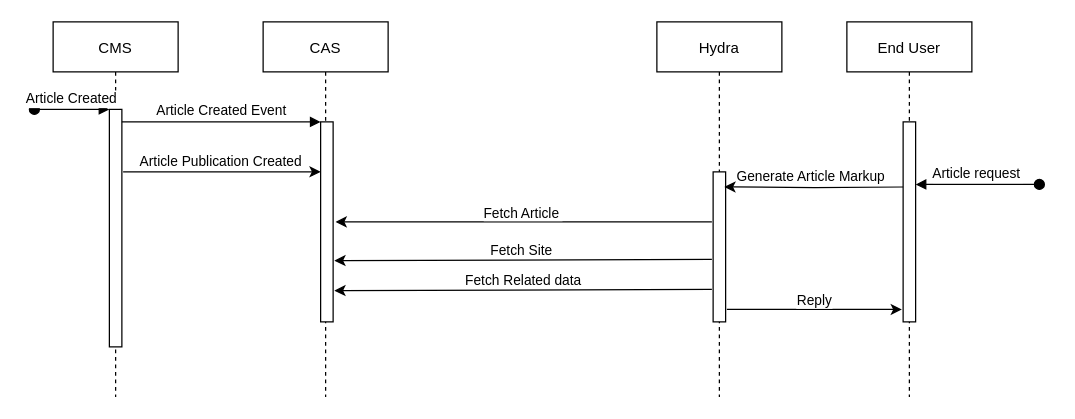
The draw.io diagram draw-io/Article Publication and view.drawio in drdkjtop/arkitektur, before the edit. Source tidied: cells renumbered, new cells numbered last; positions are measured from the earlier drawing's top-left corner, leaving out a move shared by most shapes. Both pictures are drawn from the tidied source at 125%, with x=0, y=0 at pixel (34, 21).
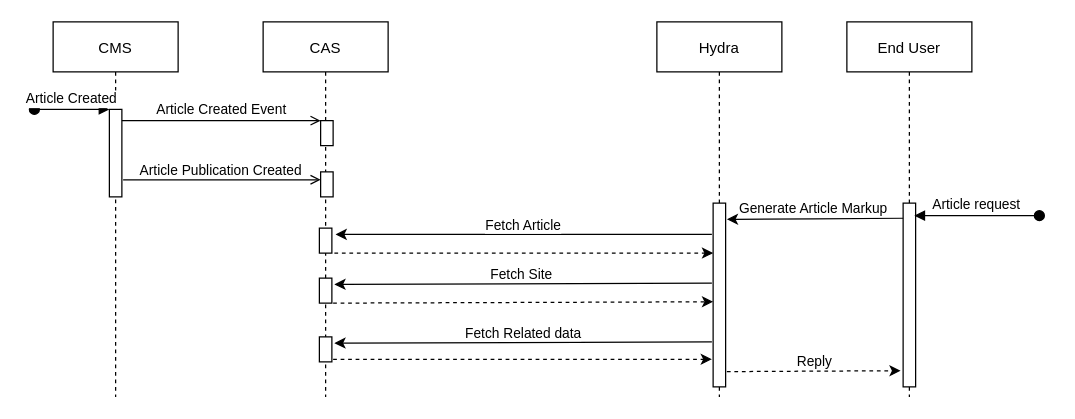
The same page after the edit.

The change refers to these unchanged cells:
```xml
<mxCell id="2" value="CMS" style="shape=umlLifeline;perimeter=lifelinePerimeter;rounded=0;shadow=0;strokeWidth=1;" parent="1" vertex="1">
  <mxGeometry x="15" width="100" height="300" as="geometry" />
</mxCell>
<mxCell id="5" value="CAS" style="shape=umlLifeline;perimeter=lifelinePerimeter;rounded=0;shadow=0;strokeWidth=1;" parent="1" vertex="1">
  <mxGeometry x="183" width="100" height="300" as="geometry" />
</mxCell>
<mxCell id="8" value="Hydra" style="shape=umlLifeline;perimeter=lifelinePerimeter;rounded=0;shadow=0;strokeWidth=1;" parent="1" vertex="1">
  <mxGeometry x="498" width="100" height="300" as="geometry" />
</mxCell>
<mxCell id="10" value="End User" style="shape=umlLifeline;perimeter=lifelinePerimeter;rounded=0;shadow=0;strokeWidth=1;" parent="1" vertex="1">
  <mxGeometry x="650" width="100" height="300" as="geometry" />
</mxCell>
```

Change to the diagram source:
```diff
@@
     <mxCell id="3" style="points=[];perimeter=orthogonalPerimeter;rounded=0;shadow=0;strokeWidth=1;" parent="2" vertex="1">
-      <mxGeometry x="45" y="70" width="10" height="190" as="geometry" />
+      <mxGeometry x="45" y="70" width="10" height="70" as="geometry" />
     </mxCell>
@@
     <mxCell id="6" style="points=[];perimeter=orthogonalPerimeter;rounded=0;shadow=0;strokeWidth=1;" parent="5" vertex="1">
-      <mxGeometry x="46" y="80" width="10" height="160" as="geometry" />
+      <mxGeometry x="46" y="79" width="10" height="20" as="geometry" />
     </mxCell>
+    <mxCell id="21" style="perimeter=orthogonalPerimeter;rounded=0;shadow=0;strokeWidth=1;" parent="5" vertex="1">
+      <mxGeometry x="46" y="120" width="10" height="20" as="geometry" />
+    </mxCell>
+    <mxCell id="22" style="points=[];perimeter=orthogonalPerimeter;rounded=0;shadow=0;strokeWidth=1;" parent="5" vertex="1">
+      <mxGeometry x="45" y="165" width="10" height="20" as="geometry" />
+    </mxCell>
+    <mxCell id="23" style="points=[];perimeter=orthogonalPerimeter;rounded=0;shadow=0;strokeWidth=1;" parent="5" vertex="1">
+      <mxGeometry x="45" y="205" width="10" height="20" as="geometry" />
+    </mxCell>
-    <mxCell id="7" value="Article Created Event" style="verticalAlign=bottom;endArrow=block;entryX=0;entryY=0;shadow=0;strokeWidth=1;" parent="1" edge="1" source="3" target="6">
+    <mxCell id="7" value="Article Created Event" style="verticalAlign=bottom;endArrow=open;entryX=0;entryY=0;shadow=0;strokeWidth=1;endFill=0;" parent="1" edge="1" source="3" target="6">
       <mxGeometry relative="1" as="geometry" />
     </mxCell>
@@
     <mxCell id="9" style="points=[];perimeter=orthogonalPerimeter;rounded=0;shadow=0;strokeWidth=1;" parent="8" vertex="1">
-      <mxGeometry x="45" y="120" width="10" height="120" as="geometry" />
+      <mxGeometry x="45" y="145" width="10" height="147" as="geometry" />
     </mxCell>
@@
     <mxCell id="11" style="points=[];perimeter=orthogonalPerimeter;rounded=0;shadow=0;strokeWidth=1;" parent="10" vertex="1">
-      <mxGeometry x="45" y="80" width="10" height="160" as="geometry" />
+      <mxGeometry x="45" y="145" width="10" height="147" as="geometry" />
     </mxCell>
-    <mxCell id="12" style="endArrow=classic;html=1;rounded=0;exitX=1.1;exitY=0.263;exitDx=0;exitDy=0;exitPerimeter=0;" parent="1" edge="1" source="3" target="6">
-      <mxGeometry relative="1" as="geometry" />
+    <mxCell id="12" style="endArrow=open;html=1;rounded=0;exitX=1.1;exitY=0.263;exitDx=0;exitDy=0;exitPerimeter=0;endFill=0;" parent="1" edge="1">
+      <mxGeometry relative="1" as="geometry">
+        <mxPoint x="71" y="126.3" as="sourcePoint" />
+        <mxPoint x="229" y="126.3" as="targetPoint" />
+      </mxGeometry>
     </mxCell>
@@
-    <mxCell id="14" style="edgeStyle=orthogonalEdgeStyle;rounded=0;jettySize=auto;html=1;exitX=0;exitY=0.388;exitDx=0;exitDy=0;exitPerimeter=0;entryX=0.9;entryY=0.1;entryDx=0;entryDy=0;entryPerimeter=0;" parent="1" edge="1" target="9">
+    <mxCell id="14" style="edgeStyle=orthogonalEdgeStyle;rounded=0;jettySize=auto;html=1;exitX=0;exitY=0.388;exitDx=0;exitDy=0;exitPerimeter=0;entryX=1.1;entryY=0.088;entryDx=0;entryDy=0;entryPerimeter=0;" parent="1" edge="1" target="9">
       <mxGeometry relative="1" as="geometry">
-        <mxPoint x="695" y="132.1" as="sourcePoint" />
+        <mxPoint x="695" y="157.1" as="sourcePoint" />
       </mxGeometry>
     </mxCell>
     <mxCell id="15" value="Generate Article Markup" style="edgeLabel;html=1;align=center;verticalAlign=middle;" parent="14" vertex="1">
       <mxGeometry x="0.2" y="-2" relative="1" as="geometry">
-        <mxPoint x="11" y="-7" as="offset" />
+        <mxPoint x="12" y="-7" as="offset" />
       </mxGeometry>
     </mxCell>
-    <mxCell id="16" value="Article request" style="verticalAlign=bottom;startArrow=oval;endArrow=block;startSize=8;shadow=0;strokeWidth=1;entryX=1;entryY=0.313;entryDx=0;entryDy=0;entryPerimeter=0;" parent="1" edge="1" target="11">
+    <mxCell id="16" value="Article request" style="verticalAlign=bottom;startArrow=oval;endArrow=block;startSize=8;shadow=0;strokeWidth=1;" parent="1" edge="1">
       <mxGeometry relative="1" as="geometry">
-        <mxPoint x="804" y="130" as="sourcePoint" />
+        <mxPoint x="804" y="155" as="sourcePoint" />
+        <mxPoint x="704" y="155" as="targetPoint" />
       </mxGeometry>
     </mxCell>
-    <mxCell id="17" value="Fetch Article&amp;nbsp;" style="endArrow=classic;html=1;rounded=0;exitX=-0.1;exitY=0.5;exitDx=0;exitDy=0;exitPerimeter=0;spacingBottom=14;entryX=1.2;entryY=0.5;entryDx=0;entryDy=0;entryPerimeter=0;" parent="1" edge="1" target="6">
+    <mxCell id="17" value="Fetch Article" style="endArrow=classic;html=1;rounded=0;exitX=-0.1;exitY=0.5;exitDx=0;exitDy=0;exitPerimeter=0;spacingBottom=14;entryX=1.2;entryY=0.5;entryDx=0;entryDy=0;entryPerimeter=0;" parent="1" edge="1">
       <mxGeometry relative="1" as="geometry">
-        <mxPoint x="542" y="160" as="sourcePoint" />
+        <mxPoint x="542" y="170" as="sourcePoint" />
+        <mxPoint x="241" y="170" as="targetPoint" />
       </mxGeometry>
     </mxCell>
     <mxCell id="18" value="Fetch Site&amp;nbsp;" style="endArrow=classic;html=1;rounded=0;spacingBottom=15;entryX=1.3;entryY=0.694;entryDx=0;entryDy=0;entryPerimeter=0;" parent="1" edge="1">
       <mxGeometry relative="1" as="geometry">
-        <mxPoint x="542" y="190" as="sourcePoint" />
-        <mxPoint x="240" y="191" as="targetPoint" />
+        <mxPoint x="542" y="209" as="sourcePoint" />
+        <mxPoint x="240" y="210" as="targetPoint" />
       </mxGeometry>
     </mxCell>
     <mxCell id="19" value="Fetch Related data" style="endArrow=classic;html=1;rounded=0;entryX=1;entryY=0.844;entryDx=0;entryDy=0;entryPerimeter=0;exitX=-0.2;exitY=0.783;exitDx=0;exitDy=0;exitPerimeter=0;spacingBottom=15;" parent="1" edge="1">
       <mxGeometry relative="1" as="geometry">
-        <mxPoint x="542" y="214" as="sourcePoint" />
-        <mxPoint x="240" y="215" as="targetPoint" />
+        <mxPoint x="542" y="256" as="sourcePoint" />
+        <mxPoint x="240" y="257" as="targetPoint" />
       </mxGeometry>
     </mxCell>
-    <mxCell id="20" value="Reply" style="endArrow=classic;html=1;rounded=0;entryX=-0.1;entryY=0.938;entryDx=0;entryDy=0;entryPerimeter=0;exitX=1.1;exitY=0.917;exitDx=0;exitDy=0;exitPerimeter=0;spacingBottom=15;" parent="1" edge="1" source="9" target="11">
+    <mxCell id="20" value="Reply" style="endArrow=classic;html=1;rounded=0;exitX=1.1;exitY=0.917;exitDx=0;exitDy=0;exitPerimeter=0;spacingBottom=15;dashed=1;entryX=-0.2;entryY=0.912;entryDx=0;entryDy=0;entryPerimeter=0;" parent="1" edge="1" source="9" target="11">
       <mxGeometry relative="1" as="geometry" />
     </mxCell>
+    <mxCell id="24" style="points=[];perimeter=orthogonalPerimeter;rounded=0;shadow=0;strokeWidth=1;" parent="1" vertex="1">
+      <mxGeometry x="228" y="252" width="10" height="20" as="geometry" />
+    </mxCell>
+    <mxCell id="25" style="endArrow=classic;html=1;rounded=0;dashed=1;exitX=1.2;exitY=1;exitDx=0;exitDy=0;exitPerimeter=0;entryX=0;entryY=0.272;entryDx=0;entryDy=0;entryPerimeter=0;" parent="1" edge="1" source="22" target="9">
+      <mxGeometry relative="1" as="geometry" />
+    </mxCell>
+    <mxCell id="26" style="endArrow=classic;html=1;rounded=0;dashed=1;exitX=1.1;exitY=1;exitDx=0;exitDy=0;exitPerimeter=0;entryX=0;entryY=0.537;entryDx=0;entryDy=0;entryPerimeter=0;" parent="1" edge="1" source="23" target="9">
+      <mxGeometry relative="1" as="geometry" />
+    </mxCell>
+    <mxCell id="27" style="endArrow=classic;html=1;rounded=0;dashed=1;exitX=1.1;exitY=0.9;exitDx=0;exitDy=0;exitPerimeter=0;entryX=-0.1;entryY=0.85;entryDx=0;entryDy=0;entryPerimeter=0;" parent="1" edge="1" source="24" target="9">
+      <mxGeometry relative="1" as="geometry" />
+    </mxCell>
```
